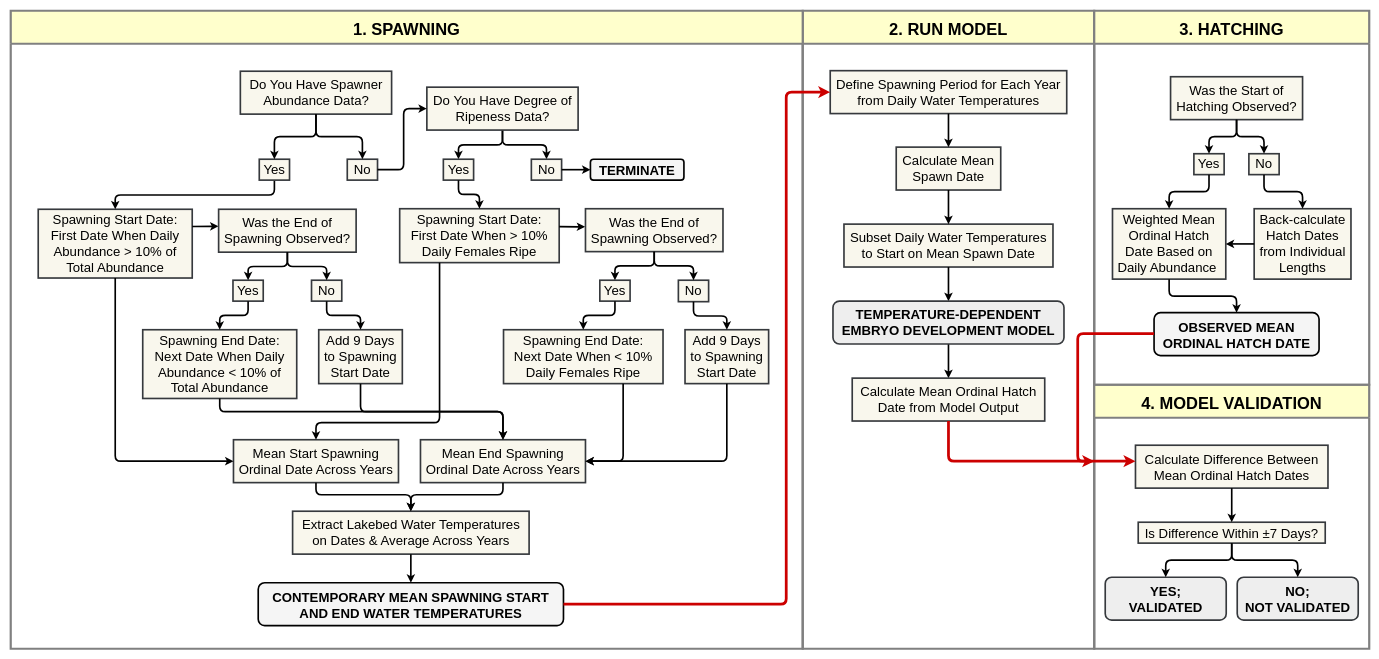
Above: figures/coregonine-model-workflow-diagram.drawio in taylorstewart/Stewart-et-al-2024---Coregonine-Embryo-Modeling (draw.io), before the change. Source tidied: cells renumbered, new cells numbered last; positions are measured from the earlier drawing's top-left corner, leaving out a move shared by most shapes. Both pictures are drawn from the tidied source at 55%, with x=0, y=0 at pixel (10, 10).
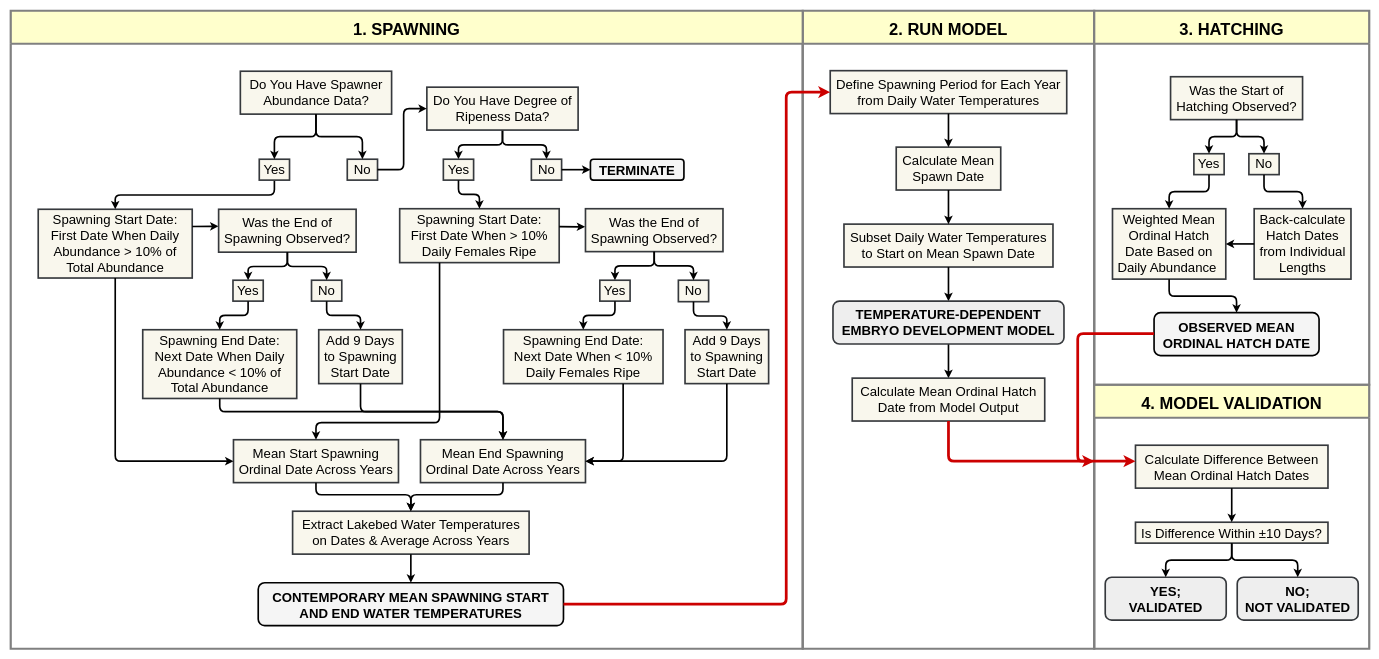
The same page after the edit.

The change refers to these unchanged cells:
```xml
<mxCell id="12" value="4. MODEL VALIDATION" style="swimlane;rounded=0;shadow=0;glass=0;fillColor=#FFFFCC;align=center;startSize=60;fontStyle=1;fontSize=30;strokeWidth=4;strokeColor=#808080;" parent="1" vertex="1">
  <mxGeometry x="1970" y="680" width="500" height="480" as="geometry" />
</mxCell>
```

The edit, as a diff of the source:
```diff
@@
-    <mxCell id="14" value="&lt;p style=&quot;margin: 4px 0px 0px ; font-size: 24px&quot;&gt;&lt;/p&gt;&lt;span style=&quot;color: rgb(0 , 0 , 0) ; font-size: 24px&quot;&gt;Is Difference Within ±7 Days?&lt;/span&gt;" style="whiteSpace=wrap;html=1;fontStyle=0;strokeWidth=3;fillColor=#f9f7ed;rounded=0;shadow=0;glass=0;strokeColor=#36393d;fontSize=24;" parent="12" vertex="1">
-      <mxGeometry x="80" y="250" width="340" height="38" as="geometry" />
+    <mxCell id="14" value="&lt;p style=&quot;margin: 4px 0px 0px ; font-size: 24px&quot;&gt;&lt;/p&gt;&lt;span style=&quot;color: rgb(0 , 0 , 0) ; font-size: 24px&quot;&gt;Is Difference Within ±10 Days?&lt;/span&gt;" style="whiteSpace=wrap;html=1;fontStyle=0;strokeWidth=3;fillColor=#f9f7ed;rounded=0;shadow=0;glass=0;strokeColor=#36393d;fontSize=24;" parent="12" vertex="1">
+      <mxGeometry x="75" y="250" width="350" height="38" as="geometry" />
     </mxCell>
```
